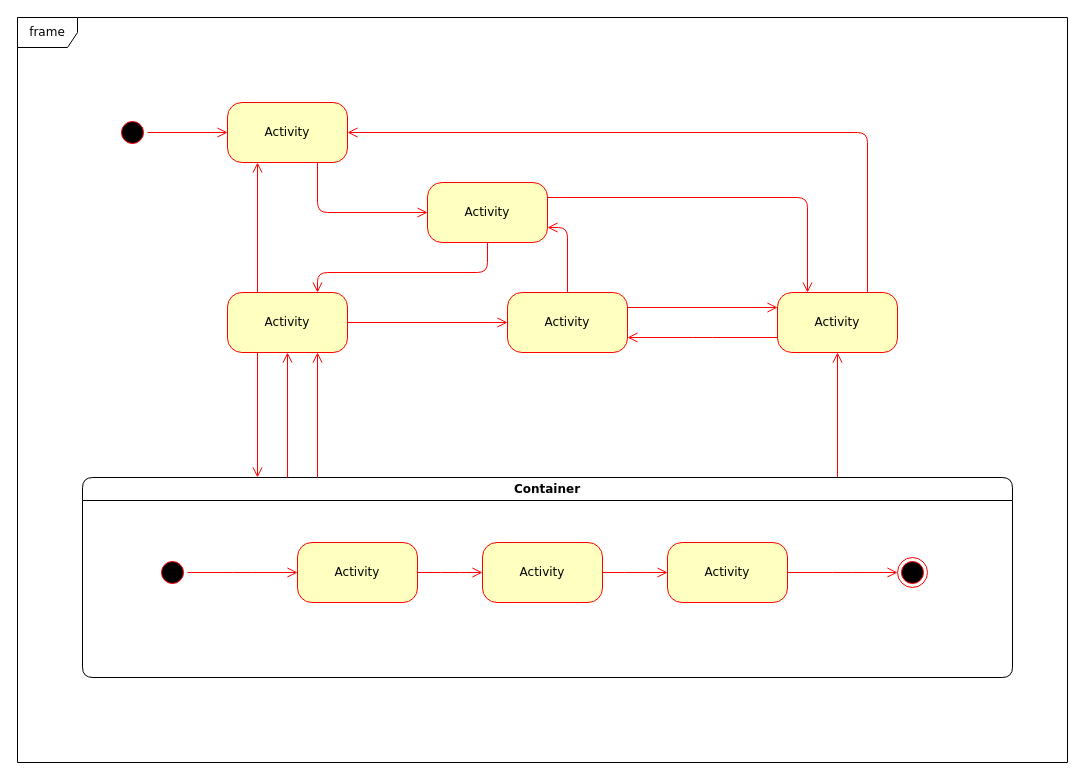
Earlier version of the draw.io diagram EliorWork/ED_Manager_SMD.drawio (SENG-350-2024-fall/Team9). Source tidied: cells renumbered, new cells numbered last; positions are measured from the earlier drawing's top-left corner, leaving out a move shared by most shapes. Both pictures are drawn from the tidied source at 100%, with x=0, y=0 at pixel (17, 17).
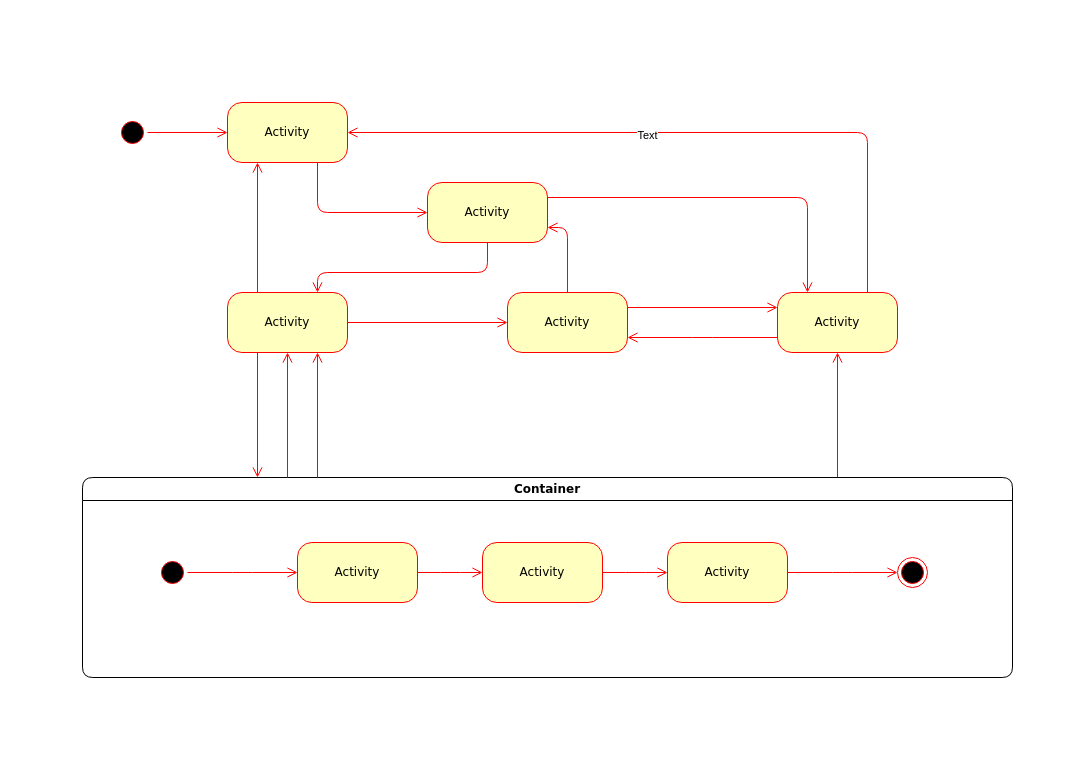
After the change.

Unchanged cells that the change refers to:
```xml
<mxCell id="7" style="edgeStyle=orthogonalEdgeStyle;html=1;exitX=0.75;exitY=0;entryX=1;entryY=0.5;labelBackgroundColor=none;endArrow=open;endSize=8;strokeColor=#ff0000;fontFamily=Verdana;fontSize=12;align=left;" parent="1" edge="1" source="9" target="4">
  <mxGeometry relative="1" as="geometry">
    <Array as="points">
      <mxPoint x="850" y="115" />
    </Array>
  </mxGeometry>
</mxCell>
```

What changed in the source:
```diff
@@
+    <mxCell id="33" value="Text" style="edgeLabel;html=1;align=center;verticalAlign=middle;" parent="7" vertex="1">
+      <mxGeometry x="0.12" y="2" relative="1" as="geometry" />
+    </mxCell>
@@
-    <mxCell id="22" value="frame" style="shape=umlFrame;whiteSpace=wrap;html=1;rounded=1;shadow=0;comic=0;labelBackgroundColor=none;strokeWidth=1;fontFamily=Verdana;fontSize=12;align=center;" parent="1" vertex="1">
-      <mxGeometry width="1050" height="745" as="geometry" />
-    </mxCell>
```
